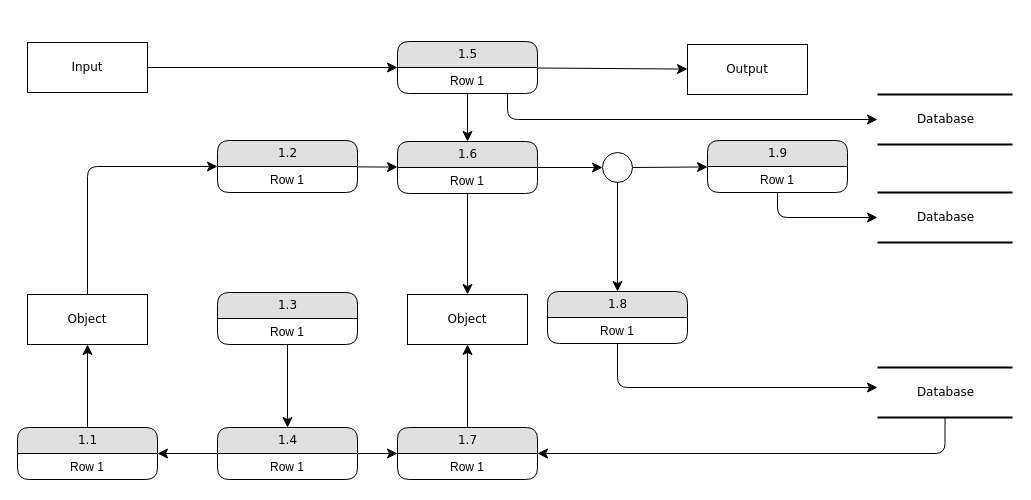
Before: Zero_Trust.drawio in krillavilla/Securing-the-Perimeter, a draw.io diagram. Source tidied: cells renumbered, new cells numbered last; positions are measured from the earlier drawing's top-left corner, leaving out a move shared by most shapes. Both pictures are drawn from the tidied source at 100%, with x=0, y=0 at pixel (17, 41).
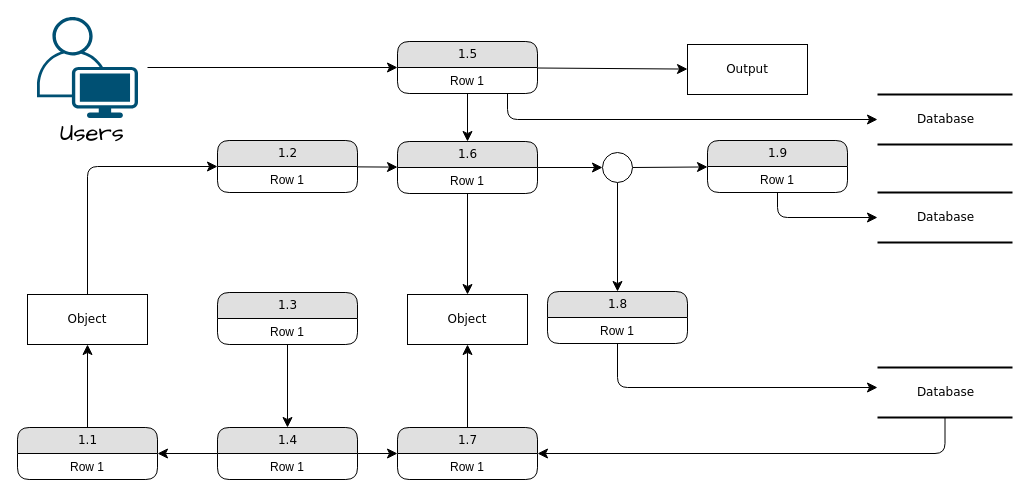
The same diagram, later.

Unchanged cells that the change refers to:
```xml
<mxCell id="10" value="1.5" style="swimlane;html=1;fontStyle=0;horizontal=1;startSize=26;fillColor=#e0e0e0;swimlaneFillColor=#ffffff;align=center;rounded=1;shadow=0;comic=0;labelBackgroundColor=none;strokeWidth=1;fontFamily=Verdana;fontSize=12;" parent="1" vertex="1">
  <mxGeometry x="380" width="140" height="52" as="geometry" />
</mxCell>
```

Diff of the diagram source:
```diff
@@
-    <mxCell id="5" style="edgeStyle=none;html=1;labelBackgroundColor=none;startFill=0;startSize=8;endFill=1;endSize=8;fontFamily=Verdana;fontSize=12;" parent="1" edge="1" source="6" target="10">
-      <mxGeometry relative="1" as="geometry" />
+    <mxCell id="5" style="edgeStyle=none;html=1;labelBackgroundColor=none;startFill=0;startSize=8;endFill=1;endSize=8;fontFamily=Verdana;fontSize=12;" parent="1" edge="1" target="10">
+      <mxGeometry relative="1" as="geometry">
+        <mxPoint x="130" y="26" as="sourcePoint" />
+      </mxGeometry>
     </mxCell>
-    <mxCell id="6" value="Input" style="whiteSpace=wrap;html=1;rounded=0;shadow=0;comic=0;labelBackgroundColor=none;strokeWidth=1;fontFamily=Verdana;fontSize=12;align=center;" parent="1" vertex="1">
-      <mxGeometry x="10" y="1" width="120" height="50" as="geometry" />
-    </mxCell>
@@
+    <mxCell id="46" style="verticalLabelPosition=bottom;sketch=0;html=1;verticalAlign=top;align=center;shape=mxgraph.cisco19.user;fillColor=#005073;strokeColor=none;" parent="1" vertex="1">
+      <mxGeometry x="19.5" y="-24.5" width="101" height="101" as="geometry" />
+    </mxCell>
+    <mxCell id="47" value="&lt;font face=&quot;Comic Sans MS&quot; style=&quot;font-size: 24px;&quot;&gt;Users&lt;/font&gt;" style="text;strokeColor=none;align=center;fillColor=none;html=1;verticalAlign=middle;whiteSpace=wrap;rounded=0;" parent="1" vertex="1">
+      <mxGeometry x="30" y="76.5" width="90" height="30" as="geometry" />
+    </mxCell>
```
